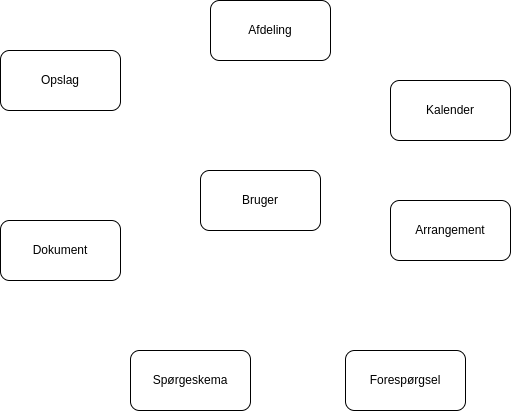
Above: assets/kompontenter.drawio.png in Samoon93/docs (draw.io), before the change. Source tidied: cells renumbered, new cells last; positions are measured from the earlier drawing's top-left corner, leaving out a move shared by most shapes. Source of this version:
```xml
<mxGraphModel>
  <root>
    <mxCell id="0" />
    <mxCell id="1" parent="0" />
    <mxCell id="2" value="Bruger" style="rounded=1;whiteSpace=wrap;html=1;" parent="1" vertex="1">
      <mxGeometry x="200" y="170" width="120" height="60" as="geometry" />
    </mxCell>
    <mxCell id="3" value="Kalender" style="rounded=1;whiteSpace=wrap;html=1;" parent="1" vertex="1">
      <mxGeometry x="390" y="80" width="120" height="60" as="geometry" />
    </mxCell>
    <mxCell id="4" value="Arrangement" style="rounded=1;whiteSpace=wrap;html=1;" parent="1" vertex="1">
      <mxGeometry x="390" y="200" width="120" height="60" as="geometry" />
    </mxCell>
    <mxCell id="5" value="Spørgeskema" style="rounded=1;whiteSpace=wrap;html=1;" parent="1" vertex="1">
      <mxGeometry x="130" y="350" width="120" height="60" as="geometry" />
    </mxCell>
    <mxCell id="6" value="Opslag" style="rounded=1;whiteSpace=wrap;html=1;" parent="1" vertex="1">
      <mxGeometry y="50" width="120" height="60" as="geometry" />
    </mxCell>
    <mxCell id="7" value="Forespørgsel" style="rounded=1;whiteSpace=wrap;html=1;" parent="1" vertex="1">
      <mxGeometry x="345" y="350" width="120" height="60" as="geometry" />
    </mxCell>
    <mxCell id="8" value="Afdeling" style="rounded=1;whiteSpace=wrap;html=1;" parent="1" vertex="1">
      <mxGeometry x="210" width="120" height="60" as="geometry" />
    </mxCell>
    <mxCell id="9" value="Dokument" style="rounded=1;whiteSpace=wrap;html=1;" parent="1" vertex="1">
      <mxGeometry y="220" width="120" height="60" as="geometry" />
    </mxCell>
    <mxCell id="10" style="edgeStyle=orthogonalEdgeStyle;rounded=0;orthogonalLoop=1;jettySize=auto;html=1;exitX=0.5;exitY=1;exitDx=0;exitDy=0;" parent="1" edge="1" source="4" target="4">
      <mxGeometry relative="1" as="geometry" />
    </mxCell>
  </root>
</mxGraphModel>
```
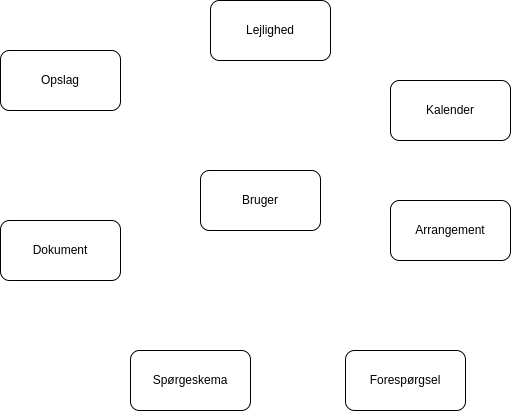
Later version of the same file.

Commit message:
edited text arrangement to lejlighed

Diff of the diagram source:
```diff
@@ -20,7 +20,7 @@
     <mxCell id="7" value="Forespørgsel" style="rounded=1;whiteSpace=wrap;html=1;" parent="1" vertex="1">
       <mxGeometry x="345" y="350" width="120" height="60" as="geometry" />
     </mxCell>
-    <mxCell id="8" value="Afdeling" style="rounded=1;whiteSpace=wrap;html=1;" parent="1" vertex="1">
+    <mxCell id="8" value="Lejlighed" style="rounded=1;whiteSpace=wrap;html=1;" parent="1" vertex="1">
       <mxGeometry x="210" width="120" height="60" as="geometry" />
     </mxCell>
     <mxCell id="9" value="Dokument" style="rounded=1;whiteSpace=wrap;html=1;" parent="1" vertex="1">
```
